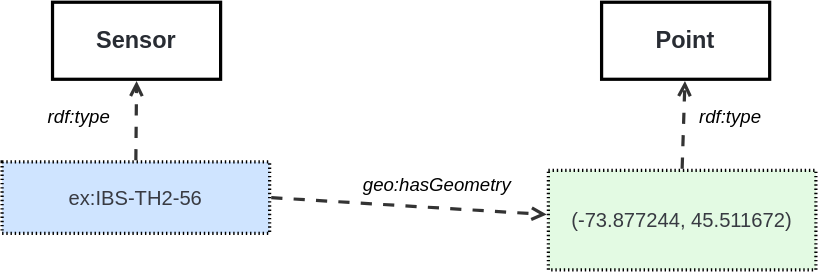
Above: ssn/images/LocatedSensor.svg in afeliachi/sdw-sosa-ssn (draw.io), before the change. Source tidied: cells renumbered, new cells last; positions are measured from the earlier drawing's top-left corner, leaving out a move shared by most shapes.
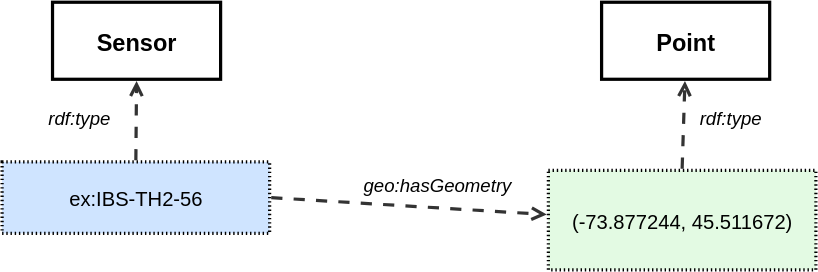
The same diagram one commit later.

Diff of the diagram source:
```diff
@@ -2,34 +2,34 @@
   <root>
     <mxCell id="0" />
     <mxCell id="1" parent="0" />
-    <mxCell id="2" value="&lt;font face=&quot;Helvetica&quot;&gt;ex:IBS-TH2-56&lt;/font&gt;" style="html=1;overflow=block;blockSpacing=1;whiteSpace=wrap;fontSize=14.4;fontFamily=DejaVu Sans Mono;fontColor=#383a42;align=center;spacing=0;strokeOpacity=100;fillOpacity=100;fillColor=#cfe4ff;dashed=1;fixDash=1;dashPattern=1 2;strokeWidth=2.3;" parent="1" vertex="1">
+    <mxCell id="2" value="&lt;font&gt;ex:IBS-TH2-56&lt;/font&gt;" style="html=1;overflow=block;blockSpacing=1;whiteSpace=wrap;fontSize=14.4;fontFamily=Helvetica;fontColor=default;align=center;spacing=0;strokeOpacity=100;fillOpacity=100;fillColor=#cfe4ff;dashed=1;fixDash=1;dashPattern=1 2;strokeWidth=2.3;convertToSvg=1;" parent="1" vertex="1">
       <mxGeometry y="114" width="191" height="51" as="geometry" />
     </mxCell>
-    <mxCell id="3" value="Sensor" style="html=1;overflow=block;blockSpacing=1;whiteSpace=wrap;fontSize=16.8;fontColor=#282c33;fontStyle=1;align=center;spacing=0;strokeOpacity=100;fillOpacity=0;fillColor=#000000;strokeWidth=2.3;" parent="1" vertex="1">
+    <mxCell id="3" value="Sensor" style="html=1;overflow=block;blockSpacing=1;whiteSpace=wrap;fontSize=16.8;fontColor=default;fontStyle=1;align=center;spacing=0;strokeOpacity=100;fillOpacity=0;fillColor=#000000;strokeWidth=2.3;convertToSvg=1;fontFamily=Helvetica;" parent="1" vertex="1">
       <mxGeometry x="36" width="120" height="55" as="geometry" />
     </mxCell>
-    <mxCell id="4" value="rdf:type" style="html=1;overflow=block;blockSpacing=1;whiteSpace=wrap;fontSize=13.3;fontStyle=2;align=left;spacing=3.8;verticalAlign=top;strokeColor=none;fillOpacity=0;fillColor=#ffffff;dashed=1;fixDash=1;dashPattern=16 6;strokeWidth=0;lucidId=0ZtLoD1I2n68;" parent="1" vertex="1">
+    <mxCell id="4" value="rdf:type" style="html=1;overflow=block;blockSpacing=1;whiteSpace=wrap;fontSize=13.3;fontStyle=2;align=left;spacing=3.8;verticalAlign=top;strokeColor=none;fillOpacity=0;fillColor=#ffffff;dashed=1;fixDash=1;dashPattern=16 6;strokeWidth=0;lucidId=0ZtLoD1I2n68;fontColor=default;convertToSvg=1;fontFamily=Helvetica;" parent="1" vertex="1">
       <mxGeometry x="30" y="72" width="70" height="28" as="geometry" />
     </mxCell>
-    <mxCell id="5" style="html=1;jettySize=18;whiteSpace=wrap;fontSize=13;strokeColor=#333333;strokeOpacity=100;dashed=1;fixDash=1;dashPattern=8 8;strokeWidth=2.3;rounded=0;startArrow=none;endArrow=open;exitX=0.5;exitY=-0.022;exitPerimeter=0;entryX=0.5;entryY=1.021;entryPerimeter=0;lucidId=0ZtLjH5MFli1;" parent="1" edge="1" source="2" target="3">
+    <mxCell id="5" style="html=1;jettySize=18;whiteSpace=wrap;fontSize=13;strokeColor=#333333;strokeOpacity=100;dashed=1;fixDash=1;dashPattern=8 8;strokeWidth=2.3;rounded=0;startArrow=none;endArrow=open;exitX=0.5;exitY=-0.022;exitPerimeter=0;entryX=0.5;entryY=1.021;entryPerimeter=0;lucidId=0ZtLjH5MFli1;fontColor=default;convertToSvg=1;fontFamily=Helvetica;" parent="1" edge="1" source="2" target="3">
       <mxGeometry relative="1" as="geometry" />
     </mxCell>
-    <mxCell id="6" value="&lt;font face=&quot;Helvetica&quot;&gt;(-73.877244, 45.511672)&lt;/font&gt;" style="points=[[-0.006,0.445,0]];html=1;overflow=block;blockSpacing=1;whiteSpace=wrap;fontSize=14.4;fontFamily=DejaVu Sans Mono;fontColor=#383a42;align=center;spacing=0;strokeOpacity=100;fillOpacity=100;fillColor=#e3fae3;dashed=1;fixDash=1;dashPattern=1 2;strokeWidth=2.3;" parent="1" vertex="1">
+    <mxCell id="6" value="&lt;font&gt;(-73.877244, 45.511672)&lt;/font&gt;" style="points=[[-0.006,0.445,0]];html=1;overflow=block;blockSpacing=1;whiteSpace=wrap;fontSize=14.4;fontFamily=Helvetica;fontColor=default;align=center;spacing=0;strokeOpacity=100;fillOpacity=100;fillColor=#e3fae3;dashed=1;fixDash=1;dashPattern=1 2;strokeWidth=2.3;convertToSvg=1;" parent="1" vertex="1">
       <mxGeometry x="390" y="120" width="191" height="71" as="geometry" />
     </mxCell>
-    <mxCell id="7" style="html=1;jettySize=18;whiteSpace=wrap;fontSize=13;strokeColor=#333333;strokeOpacity=100;dashed=1;fixDash=1;dashPattern=8 8;strokeWidth=2.3;rounded=0;startArrow=none;endArrow=open;exitX=1.006;exitY=0.5;exitPerimeter=0;entryX=-0.006;entryY=0.445;entryPerimeter=0;lucidId=0ZtL0HBQd7HC;" parent="1" edge="1" source="2" target="6">
+    <mxCell id="7" style="html=1;jettySize=18;whiteSpace=wrap;fontSize=13;strokeColor=#333333;strokeOpacity=100;dashed=1;fixDash=1;dashPattern=8 8;strokeWidth=2.3;rounded=0;startArrow=none;endArrow=open;exitX=1.006;exitY=0.5;exitPerimeter=0;entryX=-0.006;entryY=0.445;entryPerimeter=0;lucidId=0ZtL0HBQd7HC;fontColor=default;convertToSvg=1;fontFamily=Helvetica;" parent="1" edge="1" source="2" target="6">
       <mxGeometry relative="1" as="geometry" />
     </mxCell>
-    <mxCell id="8" value="geo:hasGeometry" style="html=1;overflow=block;blockSpacing=1;whiteSpace=wrap;fontSize=13.3;fontStyle=2;align=left;spacing=3.8;verticalAlign=top;strokeColor=none;fillOpacity=0;fillColor=#ffffff;dashed=1;fixDash=1;dashPattern=16 6;strokeWidth=0;lucidId=0ZtLjIqilOCG;" parent="1" vertex="1">
+    <mxCell id="8" value="geo:hasGeometry" style="html=1;overflow=block;blockSpacing=1;whiteSpace=wrap;fontSize=13.3;fontStyle=2;align=left;spacing=3.8;verticalAlign=top;strokeColor=none;fillOpacity=0;fillColor=#ffffff;dashed=1;fixDash=1;dashPattern=16 6;strokeWidth=0;lucidId=0ZtLjIqilOCG;fontColor=default;convertToSvg=1;fontFamily=Helvetica;" parent="1" vertex="1">
       <mxGeometry x="255" y="120" width="101" height="24" as="geometry" />
     </mxCell>
-    <mxCell id="9" value="Point" style="html=1;overflow=block;blockSpacing=1;whiteSpace=wrap;fontSize=16.8;fontColor=#282c33;fontStyle=1;align=center;spacing=0;strokeOpacity=100;fillOpacity=0;fillColor=#000000;strokeWidth=2.3;" parent="1" vertex="1">
+    <mxCell id="9" value="Point" style="html=1;overflow=block;blockSpacing=1;whiteSpace=wrap;fontSize=16.8;fontColor=default;fontStyle=1;align=center;spacing=0;strokeOpacity=100;fillOpacity=0;fillColor=#000000;strokeWidth=2.3;convertToSvg=1;fontFamily=Helvetica;" parent="1" vertex="1">
       <mxGeometry x="428" width="120" height="55" as="geometry" />
     </mxCell>
-    <mxCell id="10" style="html=1;jettySize=18;whiteSpace=wrap;fontSize=13;strokeColor=#333333;strokeOpacity=100;dashed=1;fixDash=1;dashPattern=8 8;strokeWidth=2.3;rounded=0;startArrow=none;endArrow=open;exitX=0.5;exitY=-0.016;exitPerimeter=0;entryX=0.496;entryY=1.021;entryPerimeter=0;lucidId=P2tL9udR5Qlz;" parent="1" edge="1" source="6" target="9">
+    <mxCell id="10" style="html=1;jettySize=18;whiteSpace=wrap;fontSize=13;strokeColor=#333333;strokeOpacity=100;dashed=1;fixDash=1;dashPattern=8 8;strokeWidth=2.3;rounded=0;startArrow=none;endArrow=open;exitX=0.5;exitY=-0.016;exitPerimeter=0;entryX=0.496;entryY=1.021;entryPerimeter=0;lucidId=P2tL9udR5Qlz;fontColor=default;convertToSvg=1;fontFamily=Helvetica;" parent="1" edge="1" source="6" target="9">
       <mxGeometry relative="1" as="geometry" />
     </mxCell>
-    <mxCell id="11" value="rdf:type" style="html=1;overflow=block;blockSpacing=1;whiteSpace=wrap;fontSize=13.3;fontStyle=2;align=left;spacing=3.8;verticalAlign=top;strokeColor=none;fillOpacity=0;fillColor=#ffffff;dashed=1;fixDash=1;dashPattern=16 6;strokeWidth=0;lucidId=P2tLiGQ9.Ah0;" parent="1" vertex="1">
+    <mxCell id="11" value="rdf:type" style="html=1;overflow=block;blockSpacing=1;whiteSpace=wrap;fontSize=13.3;fontStyle=2;align=left;spacing=3.8;verticalAlign=top;strokeColor=none;fillOpacity=0;fillColor=#ffffff;dashed=1;fixDash=1;dashPattern=16 6;strokeWidth=0;lucidId=P2tLiGQ9.Ah0;fontColor=default;convertToSvg=1;fontFamily=Helvetica;" parent="1" vertex="1">
       <mxGeometry x="495" y="72" width="70" height="28" as="geometry" />
     </mxCell>
   </root>
```
